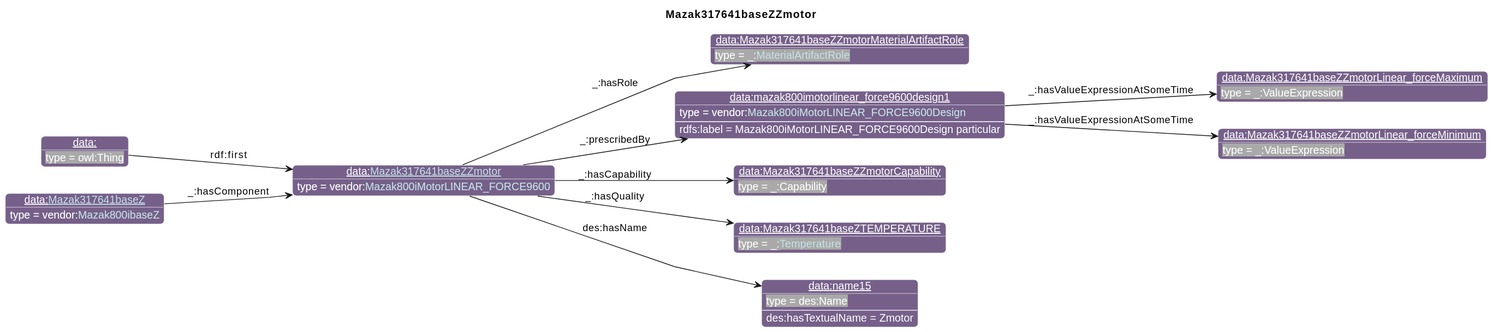
The PlantUML diagram diagrams/Mazak317641baseZZmotor.svg in iofoundry/example-syseng-mtconnect, before a commit.
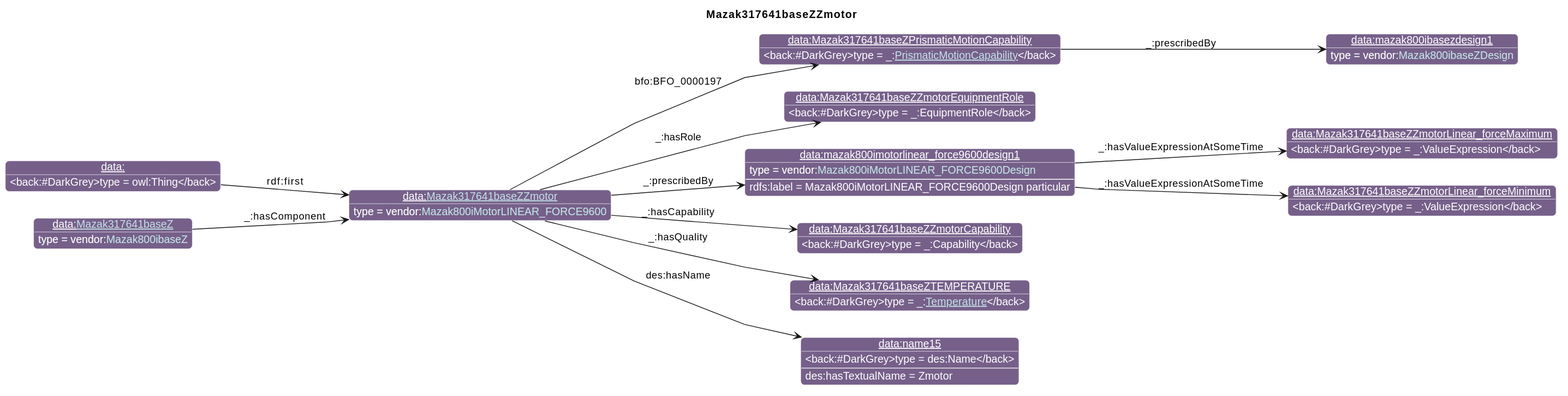
After the change.

Diff of the diagram source:
```diff
@@ -26,24 +26,28 @@
                       "qp":"641B2E"
       }
 individual(o0, data:[[./Mazak317641baseZZmotor.html Mazak317641baseZZmotor]], vendor:[[../Mazak.html#Mazak800iMotorLINEAR_FORCE9600 Mazak800iMotorLINEAR_FORCE9600]])
-individual(o1, data:Mazak317641baseZZmotorMaterialArtifactRole, _:[[../MTConnect.html#MaterialArtifactRole MaterialArtifactRole]])
-individual(o2, data:mazak800imotorlinear_force9600design1, vendor:[[../Mazak.html#Mazak800iMotorLINEAR_FORCE9600Design Mazak800iMotorLINEAR_FORCE9600Design]])
-individual(o3, data:Mazak317641baseZZmotorLinear_forceMaximum, _:ValueExpression)
-individual(o4, data:Mazak317641baseZZmotorLinear_forceMinimum, _:ValueExpression)
-individual(o5, data:Mazak317641baseZZmotorCapability, _:Capability)
-individual(o6, data:Mazak317641baseZTEMPERATURE, _:[[../MTConnect.html#Temperature Temperature]])
-individual(o7, data:name15, des:Name)
-individual(o8, data:, owl:Thing)
-individual(o9, data:[[./Mazak317641baseZ.html Mazak317641baseZ]], vendor:[[../Mazak.html#Mazak800ibaseZ Mazak800ibaseZ]])
-property(o0, "_:hasRole", o1)
-property(o0, "_:prescribedBy", o2)
-data(o2, "rdfs:label", "Mazak800iMotorLINEAR_FORCE9600Design particular")
-property(o2, "_:hasValueExpressionAtSomeTime", o3)
-property(o2, "_:hasValueExpressionAtSomeTime", o4)
-property(o0, "_:hasCapability", o5)
-property(o0, "_:hasQuality", o6)
-property(o0, "des:hasName", o7)
-data(o7, "des:hasTextualName", "Zmotor")
-property(o8, "rdf:first", o0)
-property(o9, "_:hasComponent", o0)
+individual(o1, data:Mazak317641baseZPrismaticMotionCapability, _:[[../MTConnect.html#PrismaticMotionCapability PrismaticMotionCapability]])
+individual(o2, data:mazak800ibasezdesign1, vendor:[[../Mazak.html#Mazak800ibaseZDesign Mazak800ibaseZDesign]])
+individual(o3, data:Mazak317641baseZZmotorEquipmentRole, _:EquipmentRole)
+individual(o4, data:mazak800imotorlinear_force9600design1, vendor:[[../Mazak.html#Mazak800iMotorLINEAR_FORCE9600Design Mazak800iMotorLINEAR_FORCE9600Design]])
+individual(o5, data:Mazak317641baseZZmotorLinear_forceMaximum, _:ValueExpression)
+individual(o6, data:Mazak317641baseZZmotorLinear_forceMinimum, _:ValueExpression)
+individual(o7, data:Mazak317641baseZZmotorCapability, _:Capability)
+individual(o8, data:Mazak317641baseZTEMPERATURE, _:[[../MTConnect.html#Temperature Temperature]])
+individual(o9, data:name15, des:Name)
+individual(o10, data:, owl:Thing)
+individual(o11, data:[[./Mazak317641baseZ.html Mazak317641baseZ]], vendor:[[../Mazak.html#Mazak800ibaseZ Mazak800ibaseZ]])
+property(o0, "bfo:BFO_0000197", o1)
+property(o1, "_:prescribedBy", o2)
+property(o0, "_:hasRole", o3)
+property(o0, "_:prescribedBy", o4)
+data(o4, "rdfs:label", "Mazak800iMotorLINEAR_FORCE9600Design particular")
+property(o4, "_:hasValueExpressionAtSomeTime", o5)
+property(o4, "_:hasValueExpressionAtSomeTime", o6)
+property(o0, "_:hasCapability", o7)
+property(o0, "_:hasQuality", o8)
+property(o0, "des:hasName", o9)
+data(o9, "des:hasTextualName", "Zmotor")
+property(o10, "rdf:first", o0)
+property(o11, "_:hasComponent", o0)
 @enduml
```
